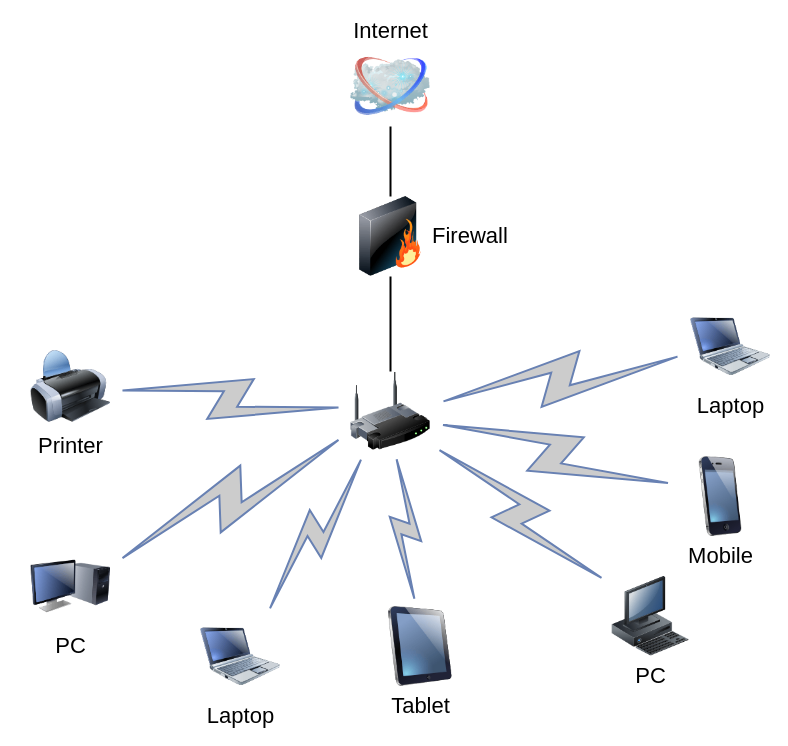
This is Untitled Diagram.drawio from stupidjohanna/diagrams, a draw.io file, before an edit. Source tidied: cells renumbered, new cells numbered last; positions are measured from the earlier drawing's top-left corner, leaving out a move shared by most shapes. Both pictures are drawn from the tidied source at 100%, with x=0, y=0 at pixel (30, 46).
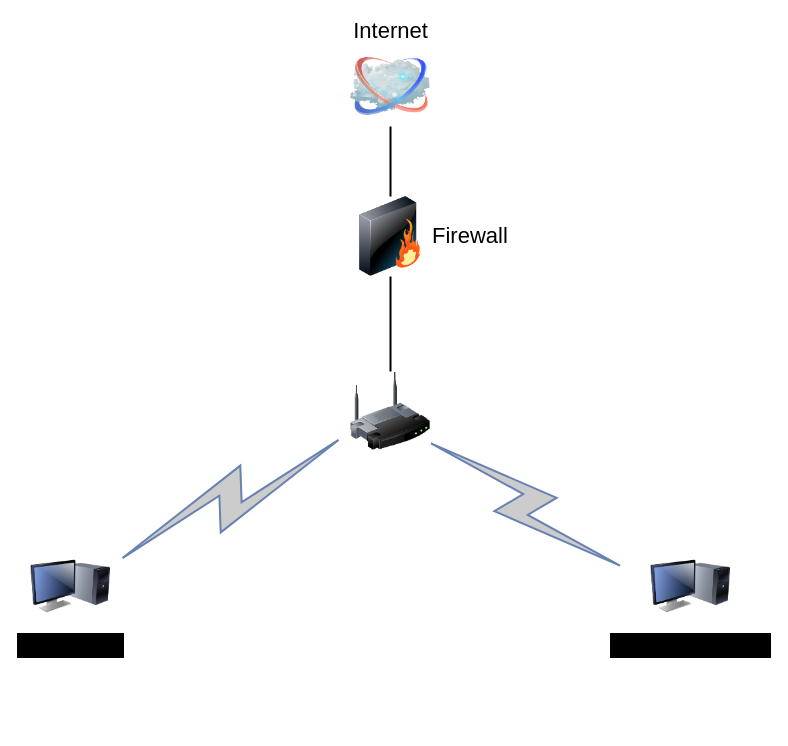
The same diagram, later.

Unchanged cells that the change refers to:
```xml
<mxCell id="3" style="image;html=1;labelBackgroundColor=#ffffff;image=img/lib/clip_art/networking/Wireless_Router_128x128.png;rounded=1;shadow=0;comic=0;strokeWidth=2;fontSize=22;" parent="1" vertex="1">
  <mxGeometry x="320" y="325" width="80" height="80" as="geometry" />
</mxCell>
```

The edit, as a diff of the source:
```diff
@@
-    <mxCell id="7" value="Tablet" style="image;html=1;labelBackgroundColor=#ffffff;image=img/lib/clip_art/computers/iPad_128x128.png;rounded=1;shadow=0;comic=0;strokeWidth=2;fontSize=22;" parent="1" vertex="1">
-      <mxGeometry x="350" y="560" width="80" height="80" as="geometry" />
-    </mxCell>
-    <mxCell id="8" value="PC" style="image;html=1;labelBackgroundColor=#ffffff;image=img/lib/clip_art/computers/Monitor_Tower_128x128.png;rounded=1;shadow=0;comic=0;strokeWidth=2;fontSize=22;" parent="1" vertex="1">
+    <mxCell id="8" value="&lt;span style=&quot;background-color: rgb(0, 0, 0);&quot;&gt;Frontend 1&lt;/span&gt;" style="image;html=1;labelBackgroundColor=#ffffff;image=img/lib/clip_art/computers/Monitor_Tower_128x128.png;rounded=1;shadow=0;comic=0;strokeWidth=2;fontSize=22;" parent="1" vertex="1">
       <mxGeometry y="500" width="80" height="80" as="geometry" />
     </mxCell>
-    <mxCell id="9" value="Printer" style="image;html=1;labelBackgroundColor=#ffffff;image=img/lib/clip_art/computers/Printer_128x128.png;rounded=1;shadow=0;comic=0;strokeWidth=2;fontSize=22;" parent="1" vertex="1">
-      <mxGeometry y="300" width="80" height="80" as="geometry" />
-    </mxCell>
-    <mxCell id="10" value="PC" style="image;html=1;labelBackgroundColor=#ffffff;image=img/lib/clip_art/computers/Workstation_128x128.png;rounded=1;shadow=0;comic=0;strokeWidth=2;fontSize=22;" parent="1" vertex="1">
-      <mxGeometry x="580" y="530" width="80" height="80" as="geometry" />
-    </mxCell>
-    <mxCell id="11" value="Mobile" style="image;html=1;labelBackgroundColor=#ffffff;image=img/lib/clip_art/telecommunication/iPhone_128x128.png;rounded=1;shadow=0;comic=0;strokeWidth=2;fontSize=22;" parent="1" vertex="1">
-      <mxGeometry x="650" y="410" width="80" height="80" as="geometry" />
-    </mxCell>
-    <mxCell id="12" value="Laptop" style="image;html=1;labelBackgroundColor=#ffffff;image=img/lib/clip_art/computers/Netbook_128x128.png;rounded=1;shadow=0;comic=0;strokeColor=#000000;strokeWidth=2;fillColor=#FFFFFF;fontSize=22;fontColor=#000000;" parent="1" vertex="1">
-      <mxGeometry x="660" y="260" width="80" height="80" as="geometry" />
-    </mxCell>
-    <mxCell id="13" value="Laptop" style="image;html=1;labelBackgroundColor=#ffffff;image=img/lib/clip_art/computers/Netbook_128x128.png;rounded=1;shadow=0;comic=0;strokeWidth=2;fontSize=22;" parent="1" vertex="1">
-      <mxGeometry x="170" y="570" width="80" height="80" as="geometry" />
-    </mxCell>
-    <mxCell id="14" style="html=1;fillColor=#CCCCCC;strokeColor=#6881B3;gradientColor=none;gradientDirection=north;strokeWidth=2;shape=mxgraph.networks.comm_link_edge;html=1;labelBackgroundColor=none;endArrow=none;fontFamily=Verdana;fontSize=22;fontColor=#000000;" parent="1" edge="1" source="9" target="3">
-      <mxGeometry relative="1" as="geometry" />
-    </mxCell>
@@
-    <mxCell id="16" style="html=1;fillColor=#CCCCCC;strokeColor=#6881B3;gradientColor=none;gradientDirection=north;strokeWidth=2;shape=mxgraph.networks.comm_link_edge;html=1;labelBackgroundColor=none;endArrow=none;fontFamily=Verdana;fontSize=22;fontColor=#000000;" parent="1" edge="1" source="13" target="3">
-      <mxGeometry relative="1" as="geometry" />
-    </mxCell>
-    <mxCell id="17" style="html=1;fillColor=#CCCCCC;strokeColor=#6881B3;gradientColor=none;gradientDirection=north;strokeWidth=2;shape=mxgraph.networks.comm_link_edge;html=1;labelBackgroundColor=none;endArrow=none;fontFamily=Verdana;fontSize=22;fontColor=#000000;" parent="1" edge="1" source="7" target="3">
-      <mxGeometry relative="1" as="geometry" />
-    </mxCell>
-    <mxCell id="18" style="html=1;fillColor=#CCCCCC;strokeColor=#6881B3;gradientColor=none;gradientDirection=north;strokeWidth=2;shape=mxgraph.networks.comm_link_edge;html=1;labelBackgroundColor=none;endArrow=none;fontFamily=Verdana;fontSize=22;fontColor=#000000;" parent="1" edge="1" source="10" target="3">
-      <mxGeometry relative="1" as="geometry" />
-    </mxCell>
-    <mxCell id="19" style="html=1;fillColor=#CCCCCC;strokeColor=#6881B3;gradientColor=none;gradientDirection=north;strokeWidth=2;shape=mxgraph.networks.comm_link_edge;html=1;labelBackgroundColor=none;endArrow=none;fontFamily=Verdana;fontSize=22;fontColor=#000000;" parent="1" edge="1" source="11" target="3">
-      <mxGeometry relative="1" as="geometry" />
-    </mxCell>
-    <mxCell id="20" style="html=1;fillColor=#CCCCCC;strokeColor=#6881B3;gradientColor=none;gradientDirection=north;strokeWidth=2;shape=mxgraph.networks.comm_link_edge;html=1;labelBackgroundColor=none;endArrow=none;fontFamily=Verdana;fontSize=22;fontColor=#000000;" parent="1" edge="1" source="12" target="3">
-      <mxGeometry relative="1" as="geometry" />
-    </mxCell>
+    <mxCell id="21" value="&lt;span style=&quot;background-color: rgb(0, 0, 0);&quot;&gt;[Frontend 2/3/...]&lt;br&gt;&lt;/span&gt;" style="image;html=1;labelBackgroundColor=#ffffff;image=img/lib/clip_art/computers/Monitor_Tower_128x128.png;rounded=1;shadow=0;comic=0;strokeWidth=2;fontSize=22;" parent="1" vertex="1">
+      <mxGeometry x="620" y="500" width="80" height="80" as="geometry" />
+    </mxCell>
+    <mxCell id="22" style="html=1;fillColor=#CCCCCC;strokeColor=#6881B3;gradientColor=none;gradientDirection=north;strokeWidth=2;shape=mxgraph.networks.comm_link_edge;html=1;labelBackgroundColor=none;endArrow=none;fontFamily=Verdana;fontSize=22;fontColor=#000000;fontStyle=1;" parent="1" edge="1">
+      <mxGeometry relative="1" as="geometry">
+        <mxPoint x="600" y="526" as="sourcePoint" />
+        <mxPoint x="390" y="390" as="targetPoint" />
+      </mxGeometry>
+    </mxCell>
```
